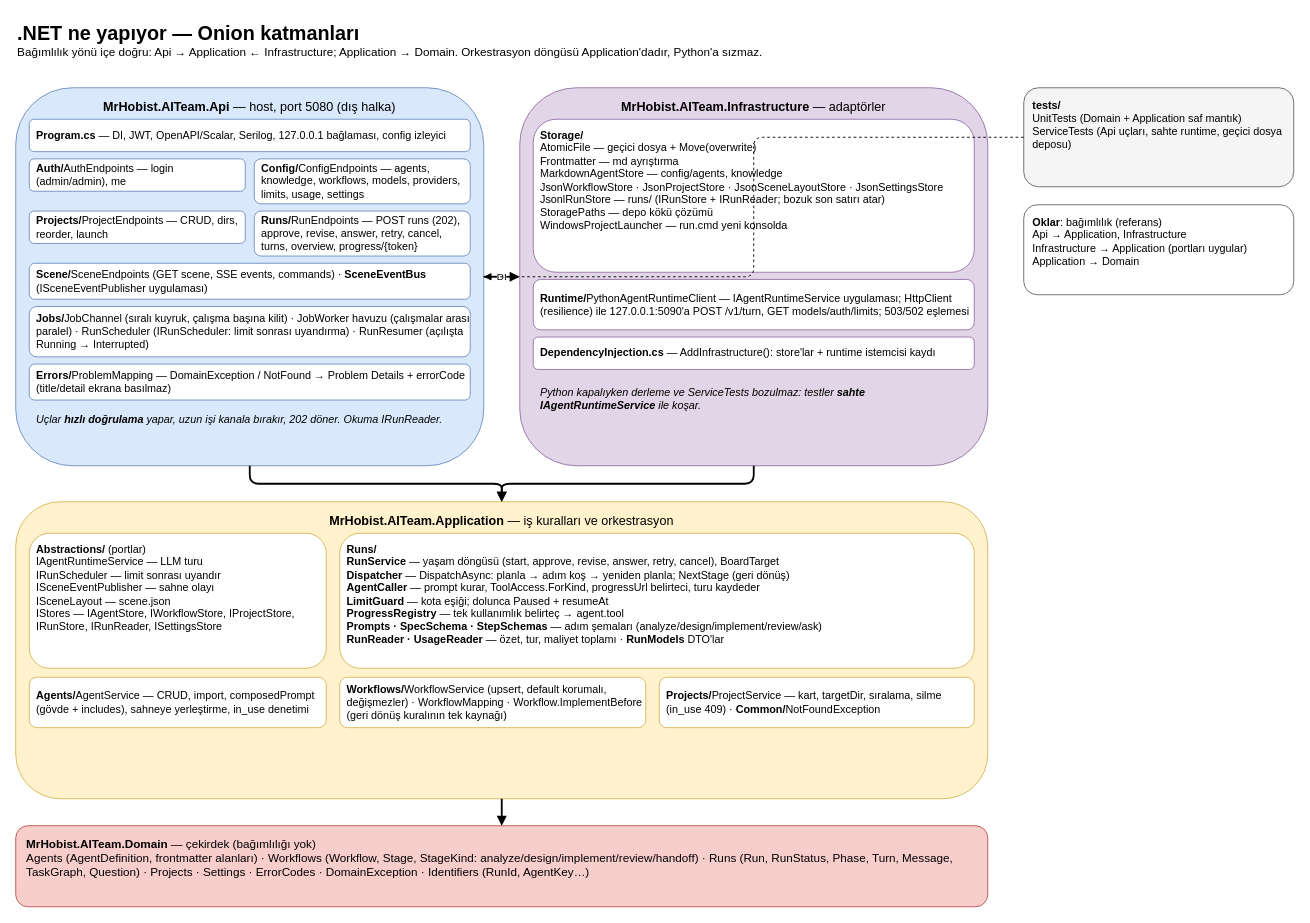
This is page "3 · .NET katmanları (Onion)" (3 of 8) of docs/architecture.drawio from mrhobist/mrhobist-agenticoffice, a draw.io file, before an edit. Source tidied: cells renumbered, new cells numbered last; positions are measured from the earlier drawing's top-left corner, leaving out a move shared by most shapes. Both pictures are drawn from the tidied source at 90%, with x=0, y=0 at pixel (15, 15).
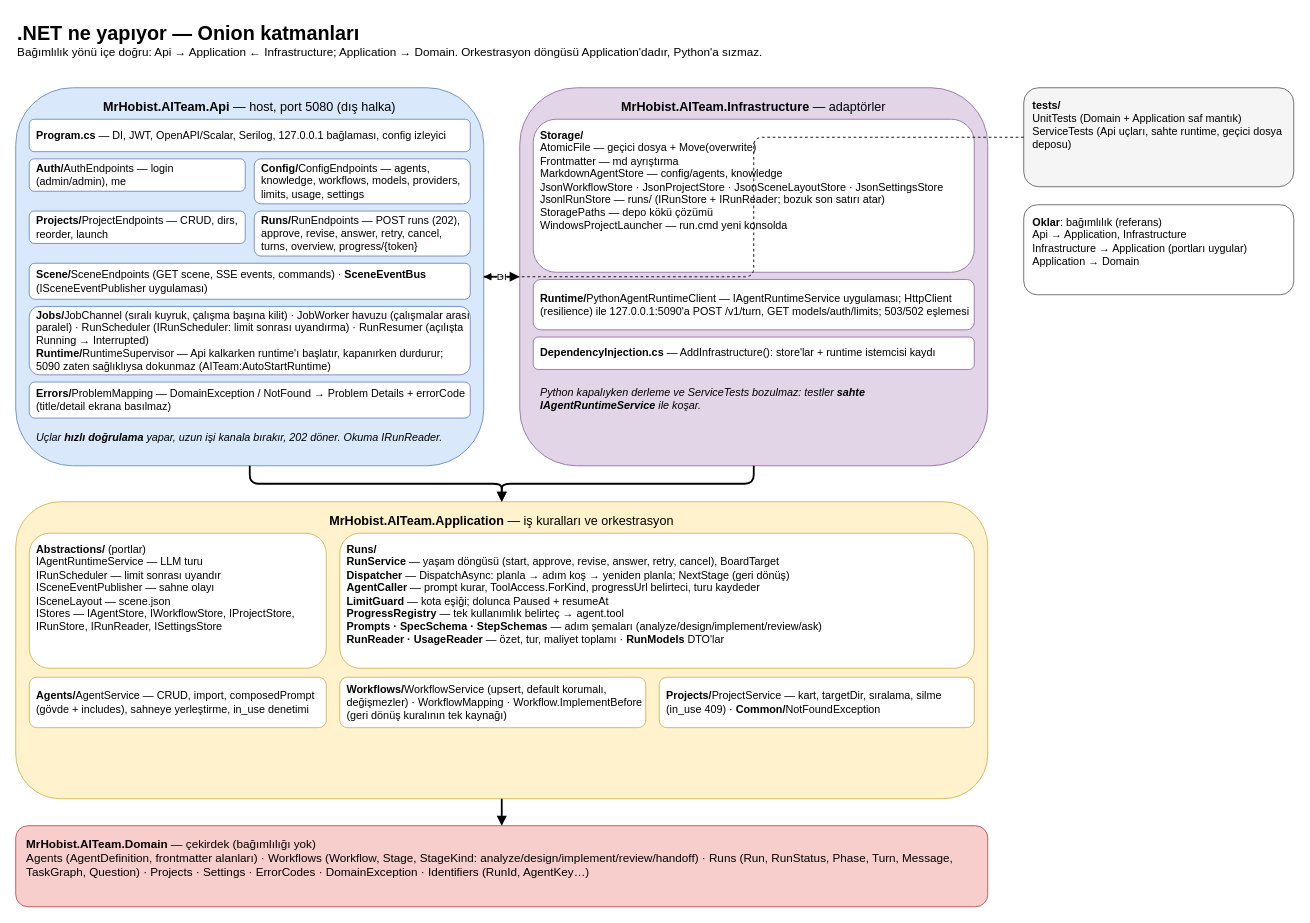
After the change.

Commit message (it also covers changes not shown here):
Runtime'i Api baslatiyor: iki terminal yerine bir terminal

Diff of the diagram source:
```diff
@@
-    <mxCell id="10" value="&lt;b&gt;Jobs/&lt;/b&gt;JobChannel (sıralı kuyruk, çalışma başına kilit) · JobWorker havuzu (çalışmalar arası paralel) · RunScheduler (IRunScheduler: limit sonrası uyandırma) · RunResumer (açılışta Running → Interrupted)" style="rounded=1;whiteSpace=wrap;html=1;fillColor=#ffffff;strokeColor=#6c8ebf;align=left;spacingLeft=6;" parent="1" vertex="1">
-      <mxGeometry x="15" y="323" width="490" height="56" as="geometry" />
+    <mxCell id="10" value="&lt;b&gt;Jobs/&lt;/b&gt;JobChannel (sıralı kuyruk, çalışma başına kilit) · JobWorker havuzu (çalışmalar arası paralel) · RunScheduler (IRunScheduler: limit sonrası uyandırma) · RunResumer (açılışta Running → Interrupted)&lt;br&gt;&lt;b&gt;Runtime/&lt;/b&gt;RuntimeSupervisor — Api kalkarken runtime'ı başlatır, kapanırken durdurur; 5090 zaten sağlıklıysa dokunmaz (AITeam:AutoStartRuntime)" style="rounded=1;whiteSpace=wrap;html=1;fillColor=#ffffff;strokeColor=#6c8ebf;align=left;spacingLeft=6;" parent="1" vertex="1">
+      <mxGeometry x="15" y="323" width="490" height="76" as="geometry" />
     </mxCell>
     <mxCell id="11" value="&lt;b&gt;Errors/&lt;/b&gt;ProblemMapping — DomainException / NotFound → Problem Details + errorCode (title/detail ekrana basılmaz)" style="rounded=1;whiteSpace=wrap;html=1;fillColor=#ffffff;strokeColor=#6c8ebf;align=left;spacingLeft=6;" parent="1" vertex="1">
-      <mxGeometry x="15" y="387" width="490" height="40" as="geometry" />
+      <mxGeometry x="15" y="407" width="490" height="40" as="geometry" />
     </mxCell>
     <mxCell id="12" value="Uçlar &lt;b&gt;hızlı doğrulama&lt;/b&gt; yapar, uzun işi kanala bırakır, 202 döner. Okuma IRunReader." style="text;html=1;align=left;verticalAlign=top;whiteSpace=wrap;fontStyle=2;spacingLeft=6;" parent="1" vertex="1">
-      <mxGeometry x="15" y="435" width="490" height="40" as="geometry" />
+      <mxGeometry x="15" y="455" width="490" height="40" as="geometry" />
     </mxCell>
```
